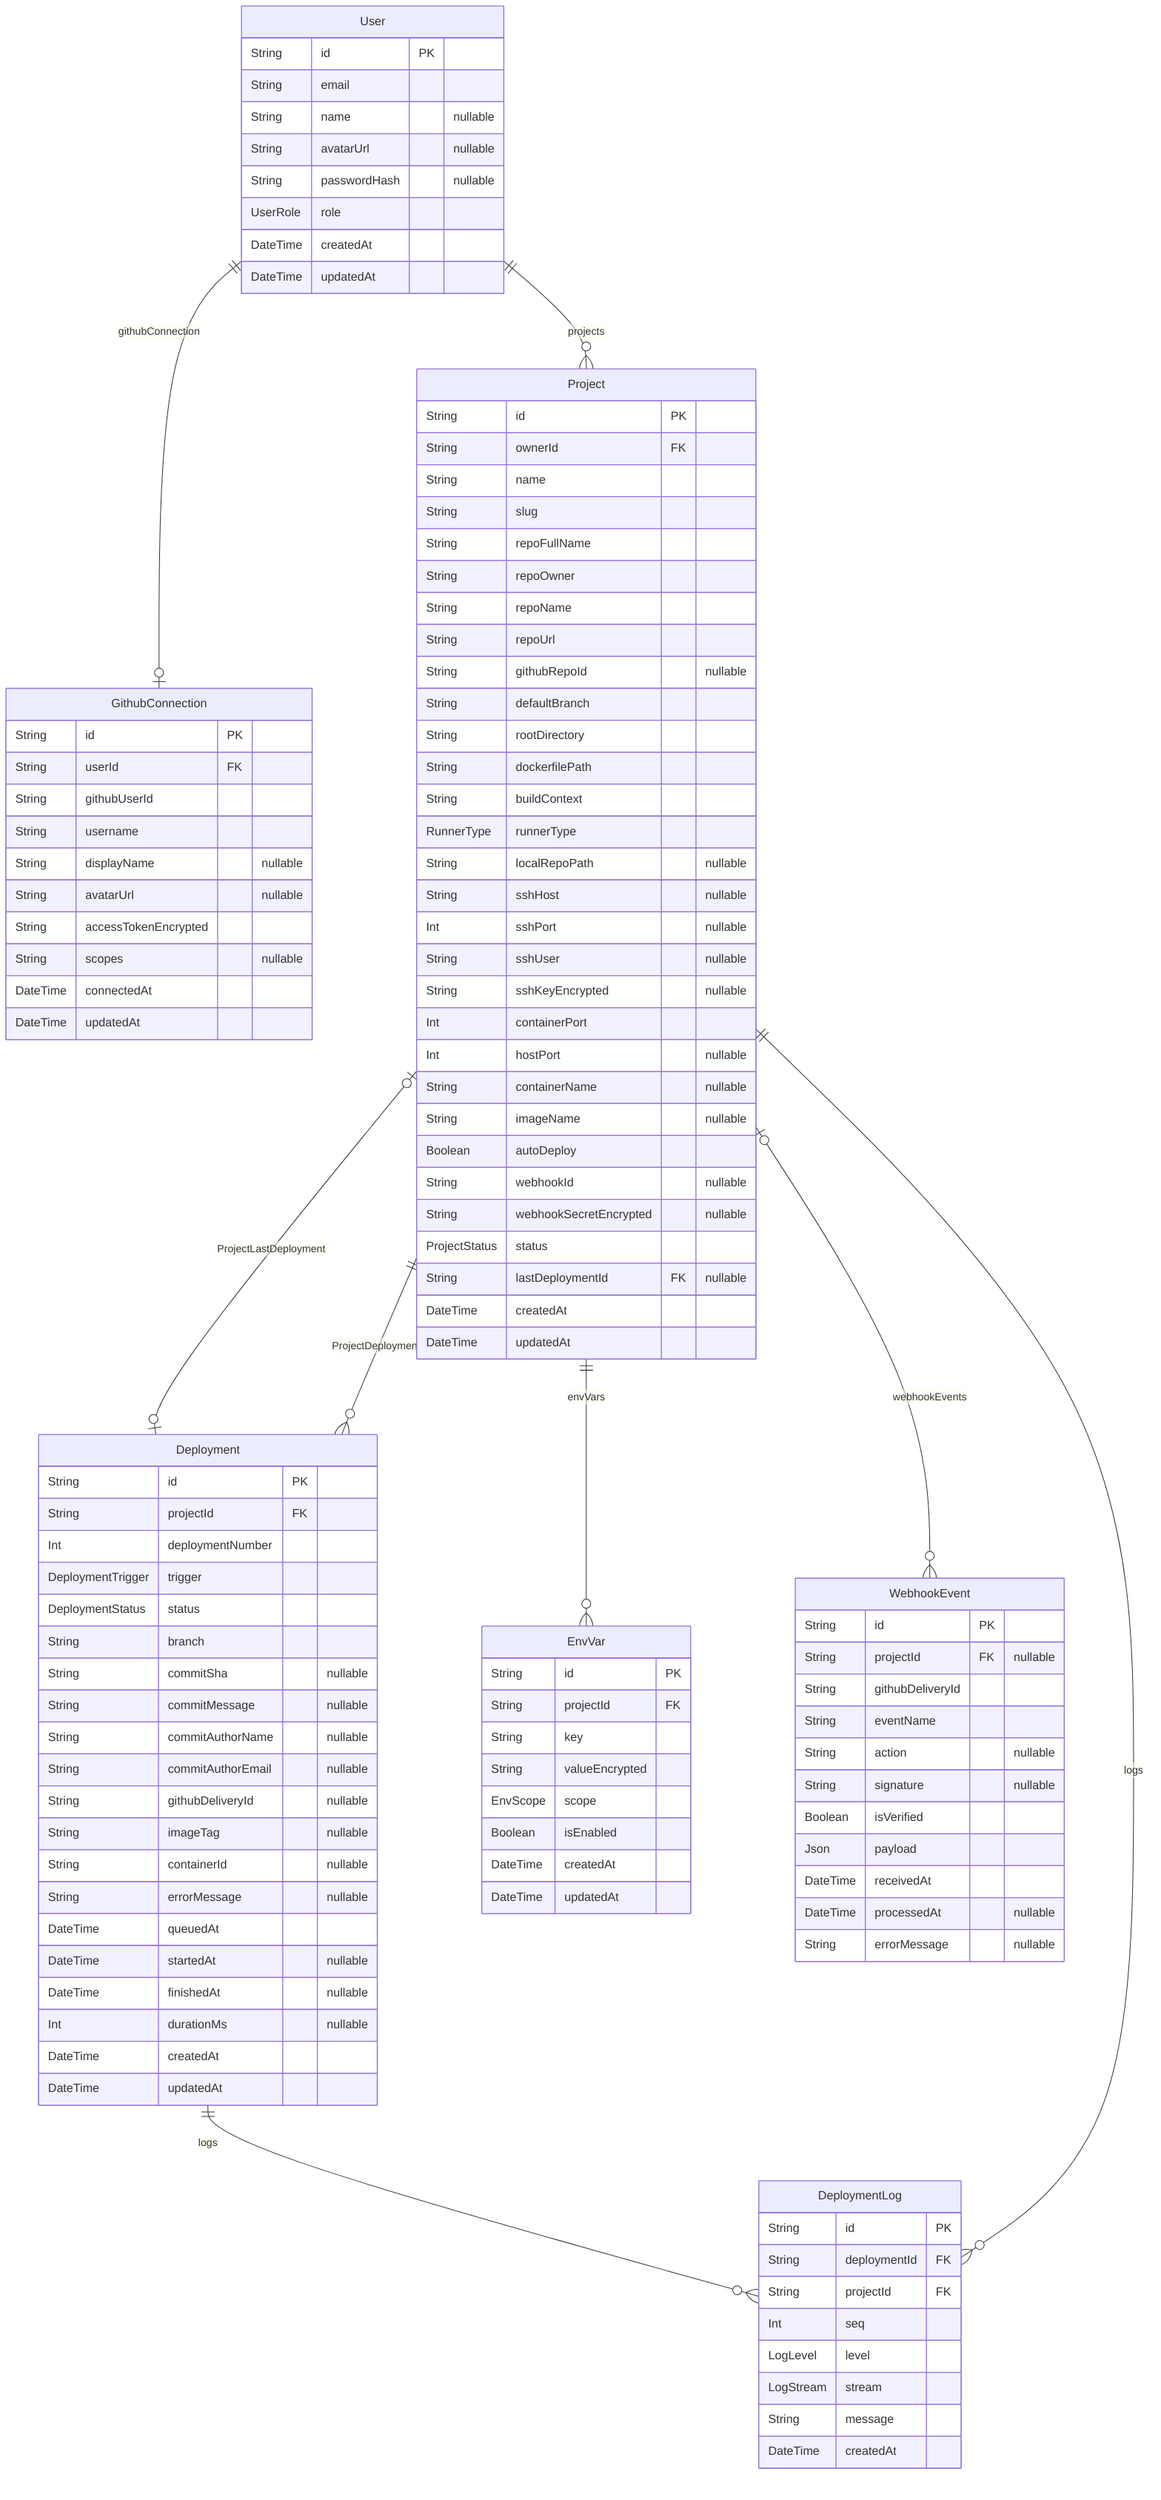
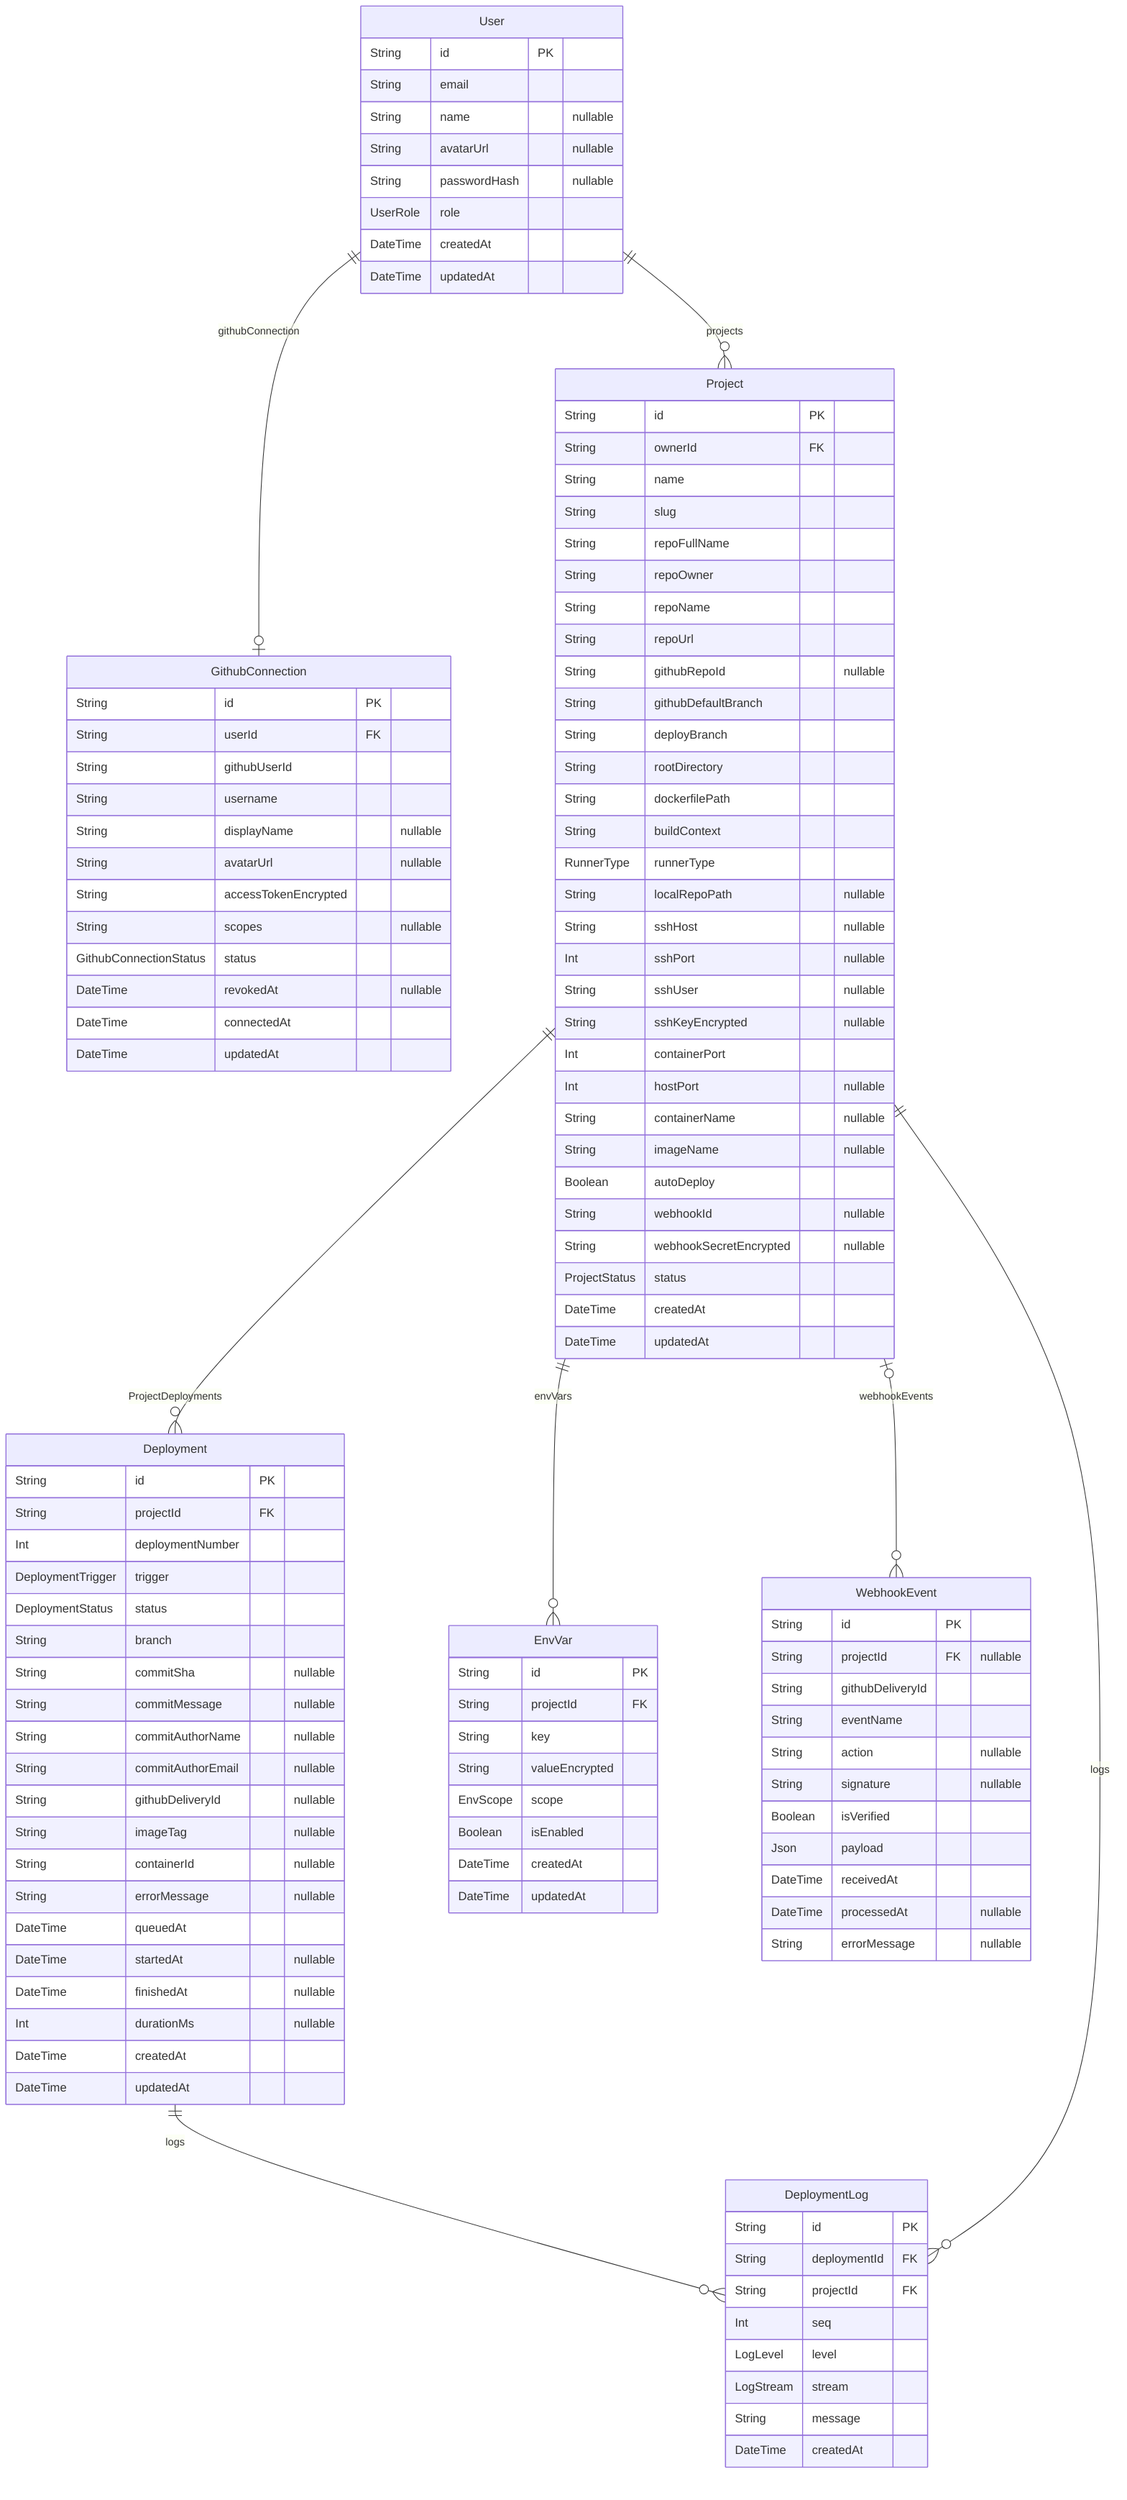
erDiagram
	User {
		String id PK
		String email
		String name "nullable"
		String avatarUrl "nullable"
		String passwordHash "nullable"
		UserRole role
		DateTime createdAt
		DateTime updatedAt
	}
	GithubConnection {
		String id PK
		String userId FK
		String githubUserId
		String username
		String displayName "nullable"
		String avatarUrl "nullable"
		String accessTokenEncrypted
		String scopes "nullable"
+ 		GithubConnectionStatus status
+ 		DateTime revokedAt "nullable"
		DateTime connectedAt
		DateTime updatedAt
	}
	Project {
		String id PK
		String ownerId FK
		String name
		String slug
		String repoFullName
		String repoOwner
		String repoName
		String repoUrl
		String githubRepoId "nullable"
- 		String defaultBranch
+ 		String githubDefaultBranch
+ 		String deployBranch
		String rootDirectory
		String dockerfilePath
		String buildContext
		RunnerType runnerType
		String localRepoPath "nullable"
		String sshHost "nullable"
		Int sshPort "nullable"
		String sshUser "nullable"
		String sshKeyEncrypted "nullable"
		Int containerPort
		Int hostPort "nullable"
		String containerName "nullable"
		String imageName "nullable"
		Boolean autoDeploy
		String webhookId "nullable"
		String webhookSecretEncrypted "nullable"
		ProjectStatus status
- 		String lastDeploymentId FK "nullable"
		DateTime createdAt
		DateTime updatedAt
	}
	Deployment {
		String id PK
		String projectId FK
		Int deploymentNumber
		DeploymentTrigger trigger
		DeploymentStatus status
		String branch
		String commitSha "nullable"
		String commitMessage "nullable"
		String commitAuthorName "nullable"
		String commitAuthorEmail "nullable"
		String githubDeliveryId "nullable"
		String imageTag "nullable"
		String containerId "nullable"
		String errorMessage "nullable"
		DateTime queuedAt
		DateTime startedAt "nullable"
		DateTime finishedAt "nullable"
		Int durationMs "nullable"
		DateTime createdAt
		DateTime updatedAt
	}
	DeploymentLog {
		String id PK
		String deploymentId FK
		String projectId FK
		Int seq
		LogLevel level
		LogStream stream
		String message
		DateTime createdAt
	}
	EnvVar {
		String id PK
		String projectId FK
		String key
		String valueEncrypted
		EnvScope scope
		Boolean isEnabled
		DateTime createdAt
		DateTime updatedAt
	}
	WebhookEvent {
		String id PK
		String projectId FK "nullable"
		String githubDeliveryId
		String eventName
		String action "nullable"
		String signature "nullable"
		Boolean isVerified
		Json payload
		DateTime receivedAt
		DateTime processedAt "nullable"
		String errorMessage "nullable"
	}
	Deployment ||--}o DeploymentLog : logs
- 	Project |o--|o Deployment : ProjectLastDeployment
	Project |o--}o WebhookEvent : webhookEvents
	Project ||--}o Deployment : ProjectDeployments
	Project ||--}o DeploymentLog : logs
	Project ||--}o EnvVar : envVars
	User ||--|o GithubConnection : githubConnection
	User ||--}o Project : projects
